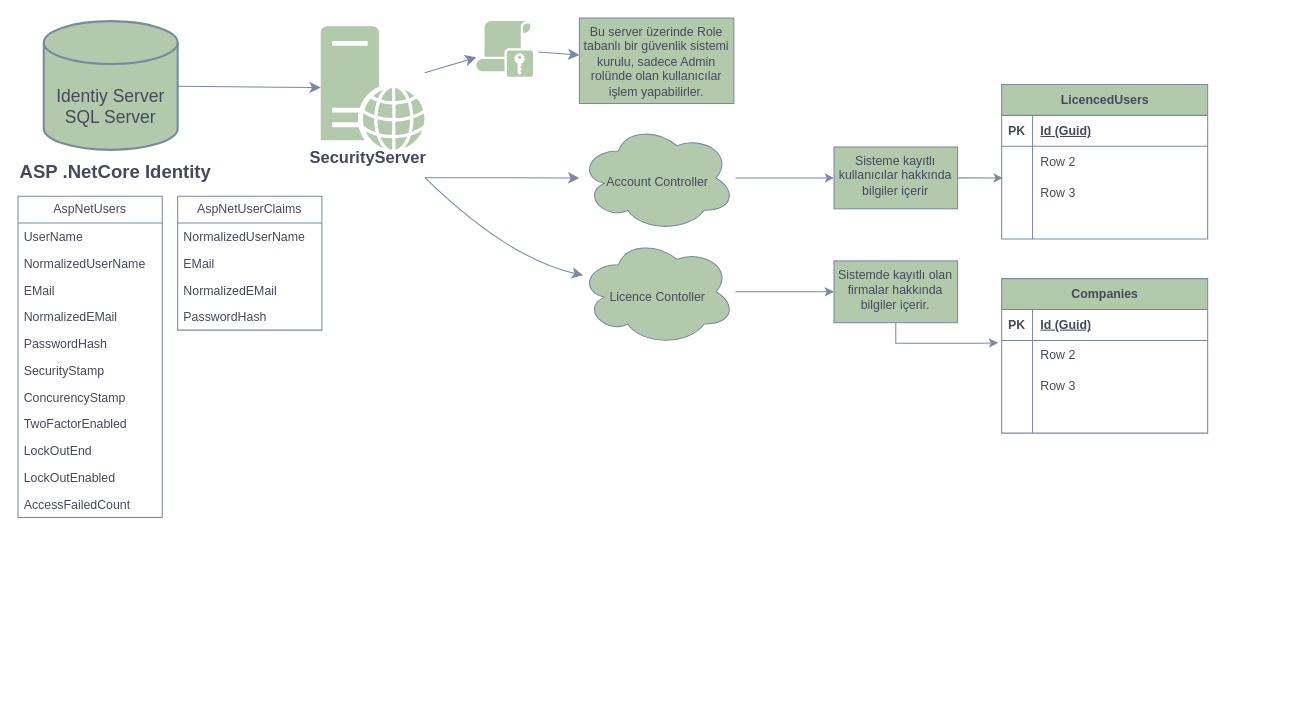
Above: Başlıksız Diyagram.drawio in gvardal/drawio (draw.io), before the change. Source tidied: cells renumbered, new cells numbered last; positions are measured from the earlier drawing's top-left corner, leaving out a move shared by most shapes. Both pictures are drawn from the tidied source at 103%, with x=0, y=0 at pixel (18, 18).
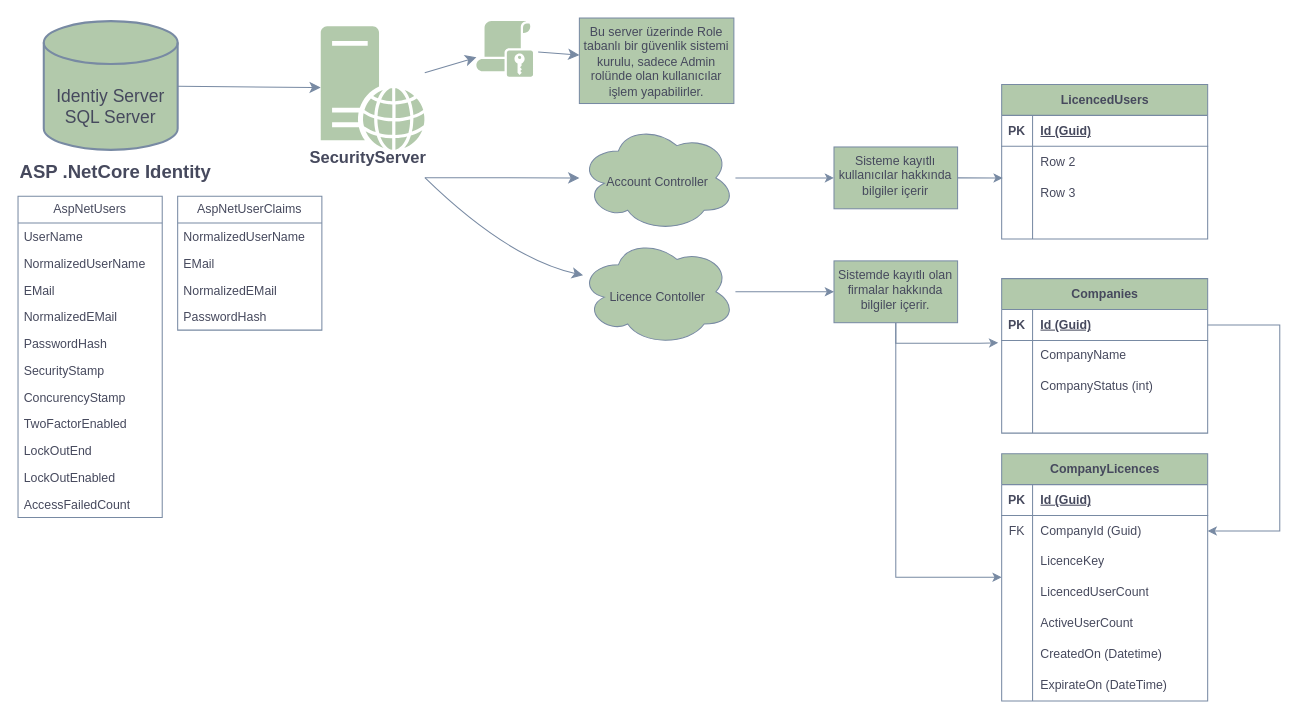
The same diagram, later.

Unchanged cells that the change refers to:
```xml
<mxCell id="34" value="Sisteme kayıtlı kullanıcılar hakkında bilgiler içerir" style="whiteSpace=wrap;html=1;verticalAlign=top;fillColor=#B2C9AB;strokeColor=#788AA3;fontColor=#46495D;sketch=0;shadow=0;dashed=0;labelBackgroundColor=none;" parent="1" vertex="1">
  <mxGeometry x="792.2" y="125.2" width="120" height="60" as="geometry" />
</mxCell>
<mxCell id="36" value="Sistemde kayıtlı olan firmalar hakkında bilgiler içerir." style="whiteSpace=wrap;html=1;verticalAlign=top;fillColor=#B2C9AB;strokeColor=#788AA3;fontColor=#46495D;sketch=0;shadow=0;dashed=0;labelBackgroundColor=none;" parent="1" vertex="1">
  <mxGeometry x="792.2" y="235.8" width="120" height="60" as="geometry" />
</mxCell>
<mxCell id="38" style="shape=tableRow;horizontal=0;startSize=0;swimlaneHead=0;swimlaneBody=0;fillColor=none;points=[[0,0.5],[1,0.5]];portConstraint=eastwest;top=0;left=0;right=0;bottom=1;labelBackgroundColor=none;strokeColor=#788AA3;fontColor=#46495D;" parent="37" vertex="1">
  <mxGeometry y="30" width="200" height="30" as="geometry" />
</mxCell>
<mxCell id="41" style="shape=tableRow;horizontal=0;startSize=0;swimlaneHead=0;swimlaneBody=0;fillColor=none;points=[[0,0.5],[1,0.5]];portConstraint=eastwest;top=0;left=0;right=0;bottom=0;labelBackgroundColor=none;strokeColor=#788AA3;fontColor=#46495D;" parent="37" vertex="1">
  <mxGeometry y="60" width="200" height="30" as="geometry" />
</mxCell>
<mxCell id="44" style="shape=tableRow;horizontal=0;startSize=0;swimlaneHead=0;swimlaneBody=0;fillColor=none;top=0;left=0;right=0;bottom=0;labelBackgroundColor=none;strokeColor=#788AA3;fontColor=#46495D;" parent="37" vertex="1">
  <mxGeometry y="90" width="200" height="30" as="geometry" />
</mxCell>
<mxCell id="57" style="shape=tableRow;horizontal=0;startSize=0;swimlaneHead=0;swimlaneBody=0;fillColor=none;points=[[0,0.5],[1,0.5]];portConstraint=eastwest;top=0;left=0;right=0;bottom=0;labelBackgroundColor=none;strokeColor=#788AA3;fontColor=#46495D;" parent="50" vertex="1">
  <mxGeometry y="90" width="200" height="30" as="geometry" />
</mxCell>
```

What changed in the source:
```diff
@@
-    <mxCell id="35" style="edgeStyle=orthogonalEdgeStyle;rounded=0;jettySize=auto;html=1;strokeColor=#788AA3;fontColor=#46495D;fillColor=#B2C9AB;entryX=-0.017;entryY=0.075;entryDx=0;entryDy=0;entryPerimeter=0;" parent="1" edge="1" source="36" target="41">
+    <mxCell id="35" style="edgeStyle=orthogonalEdgeStyle;rounded=0;jettySize=auto;html=1;strokeColor=#788AA3;fontColor=default;fillColor=#B2C9AB;entryX=-0.017;entryY=0.075;entryDx=0;entryDy=0;entryPerimeter=0;labelBackgroundColor=none;" parent="1" edge="1" source="36" target="41">
       <mxGeometry relative="1" as="geometry" />
     </mxCell>
+    <mxCell id="65" style="edgeStyle=orthogonalEdgeStyle;rounded=0;jettySize=auto;html=1;entryX=0;entryY=0.5;entryDx=0;entryDy=0;strokeColor=#788AA3;fontColor=#46495D;fillColor=#B2C9AB;exitX=0.5;exitY=1;exitDx=0;exitDy=0;" parent="1" edge="1" source="36" target="66">
+      <mxGeometry relative="1" as="geometry" />
+    </mxCell>
@@
-    <mxCell id="43" value="Row 2" style="shape=partialRectangle;fillColor=none;top=0;left=0;bottom=0;right=0;align=left;spacingLeft=6;overflow=hidden;whiteSpace=wrap;html=1;labelBackgroundColor=none;strokeColor=#788AA3;fontColor=#46495D;" parent="41" vertex="1">
+    <mxCell id="43" value="CompanyName" style="shape=partialRectangle;fillColor=none;top=0;left=0;bottom=0;right=0;align=left;spacingLeft=6;overflow=hidden;whiteSpace=wrap;html=1;labelBackgroundColor=none;strokeColor=#788AA3;fontColor=#46495D;" parent="41" vertex="1">
       <mxGeometry x="30" width="170" height="30" as="geometry" />
     </mxCell>
@@
-    <mxCell id="46" value="Row 3" style="shape=partialRectangle;fillColor=none;top=0;left=0;bottom=0;right=0;align=left;spacingLeft=6;overflow=hidden;whiteSpace=wrap;html=1;labelBackgroundColor=none;strokeColor=#788AA3;fontColor=#46495D;" parent="44" vertex="1">
+    <mxCell id="46" value="CompanyStatus (int)" style="shape=partialRectangle;fillColor=none;top=0;left=0;bottom=0;right=0;align=left;spacingLeft=6;overflow=hidden;whiteSpace=wrap;html=1;labelBackgroundColor=none;strokeColor=#788AA3;fontColor=#46495D;" parent="44" vertex="1">
       <mxGeometry x="30" width="170" height="30" as="geometry" />
     </mxCell>
@@
-    <mxCell id="63" style="endArrow=classic;html=1;rounded=0;strokeColor=#788AA3;fontColor=#46495D;fillColor=#B2C9AB;exitX=1;exitY=0.5;exitDx=0;exitDy=0;entryX=0.005;entryY=0.026;entryDx=0;entryDy=0;entryPerimeter=0;" parent="1" edge="1" source="34" target="57">
+    <mxCell id="63" style="endArrow=classic;html=1;rounded=0;strokeColor=#788AA3;fontColor=default;fillColor=#B2C9AB;exitX=1;exitY=0.5;exitDx=0;exitDy=0;entryX=0.005;entryY=0.026;entryDx=0;entryDy=0;entryPerimeter=0;labelBackgroundColor=none;" parent="1" edge="1" source="34" target="57">
       <mxGeometry relative="1" as="geometry" />
     </mxCell>
-    <mxCell id="64" style="edgeStyle=orthogonalEdgeStyle;rounded=0;jettySize=auto;html=1;entryX=1;entryY=0.5;entryDx=0;entryDy=0;strokeColor=#788AA3;fontColor=#46495D;fillColor=#B2C9AB;" parent="1" edge="1" target="38">
+    <mxCell id="64" style="edgeStyle=orthogonalEdgeStyle;rounded=0;jettySize=auto;html=1;entryX=1;entryY=0.5;entryDx=0;entryDy=0;strokeColor=#788AA3;fontColor=default;fillColor=#B2C9AB;labelBackgroundColor=none;" parent="1" edge="1" target="38">
       <mxGeometry relative="1" as="geometry">
         <Array as="points">
           <mxPoint x="1215" y="110" />
           <mxPoint x="1215" y="284" />
         </Array>
       </mxGeometry>
     </mxCell>
+    <mxCell id="66" value="CompanyLicences" style="shape=table;startSize=30;childLayout=tableLayout;rowLines=0;fontStyle=1;align=center;html=1;labelBackgroundColor=none;fillColor=#B2C9AB;strokeColor=#788AA3;fontColor=#46495D;" parent="1" vertex="1">
+      <mxGeometry x="955" y="423" width="200" height="240" as="geometry" />
+    </mxCell>
+    <mxCell id="67" style="shape=tableRow;horizontal=0;startSize=0;swimlaneHead=0;swimlaneBody=0;fillColor=none;top=0;left=0;right=0;bottom=1;labelBackgroundColor=none;strokeColor=#788AA3;fontColor=#46495D;" parent="66" vertex="1">
+      <mxGeometry y="30" width="200" height="30" as="geometry" />
+    </mxCell>
+    <mxCell id="68" value="PK" style="shape=partialRectangle;fillColor=none;top=0;left=0;bottom=0;right=0;fontStyle=1;overflow=hidden;whiteSpace=wrap;html=1;labelBackgroundColor=none;strokeColor=#788AA3;fontColor=#46495D;" parent="67" vertex="1">
+      <mxGeometry width="30" height="30" as="geometry" />
+    </mxCell>
+    <mxCell id="69" value="Id (Guid)" style="shape=partialRectangle;fillColor=none;top=0;left=0;bottom=0;right=0;align=left;spacingLeft=6;fontStyle=5;overflow=hidden;whiteSpace=wrap;html=1;labelBackgroundColor=none;strokeColor=#788AA3;fontColor=#46495D;" parent="67" vertex="1">
+      <mxGeometry x="30" width="170" height="30" as="geometry" />
+    </mxCell>
+    <mxCell id="70" style="shape=tableRow;horizontal=0;startSize=0;swimlaneHead=0;swimlaneBody=0;fillColor=none;points=[[0,0.5],[1,0.5]];portConstraint=eastwest;top=0;left=0;right=0;bottom=0;labelBackgroundColor=none;strokeColor=#788AA3;fontColor=#46495D;" parent="66" vertex="1">
+      <mxGeometry y="60" width="200" height="30" as="geometry" />
+    </mxCell>
+    <mxCell id="71" value="FK" style="shape=partialRectangle;fillColor=none;top=0;left=0;bottom=0;right=0;overflow=hidden;whiteSpace=wrap;html=1;labelBackgroundColor=none;strokeColor=#788AA3;fontColor=#46495D;" parent="70" vertex="1">
+      <mxGeometry width="30" height="30" as="geometry" />
+    </mxCell>
+    <mxCell id="72" value="CompanyId (Guid)" style="shape=partialRectangle;fillColor=none;top=0;left=0;bottom=0;right=0;align=left;spacingLeft=6;overflow=hidden;whiteSpace=wrap;html=1;labelBackgroundColor=none;strokeColor=#788AA3;fontColor=#46495D;" parent="70" vertex="1">
+      <mxGeometry x="30" width="170" height="30" as="geometry" />
+    </mxCell>
+    <mxCell id="73" style="shape=tableRow;horizontal=0;startSize=0;swimlaneHead=0;swimlaneBody=0;fillColor=none;top=0;left=0;right=0;bottom=0;labelBackgroundColor=none;strokeColor=#788AA3;fontColor=#46495D;" parent="66" vertex="1">
+      <mxGeometry y="90" width="200" height="30" as="geometry" />
+    </mxCell>
+    <mxCell id="74" style="shape=partialRectangle;fillColor=none;top=0;left=0;bottom=0;right=0;overflow=hidden;whiteSpace=wrap;html=1;labelBackgroundColor=none;strokeColor=#788AA3;fontColor=#46495D;" parent="73" vertex="1">
+      <mxGeometry width="30" height="30" as="geometry" />
+    </mxCell>
+    <mxCell id="75" value="LicenceKey" style="shape=partialRectangle;fillColor=none;top=0;left=0;bottom=0;right=0;align=left;spacingLeft=6;overflow=hidden;whiteSpace=wrap;html=1;labelBackgroundColor=none;strokeColor=#788AA3;fontColor=#46495D;" parent="73" vertex="1">
+      <mxGeometry x="30" width="170" height="30" as="geometry" />
+    </mxCell>
+    <mxCell id="76" style="shape=tableRow;horizontal=0;startSize=0;swimlaneHead=0;swimlaneBody=0;fillColor=none;top=0;left=0;right=0;bottom=0;labelBackgroundColor=none;strokeColor=#788AA3;fontColor=#46495D;" parent="66" vertex="1">
+      <mxGeometry y="120" width="200" height="30" as="geometry" />
+    </mxCell>
+    <mxCell id="77" style="shape=partialRectangle;fillColor=none;top=0;left=0;bottom=0;right=0;overflow=hidden;whiteSpace=wrap;html=1;labelBackgroundColor=none;strokeColor=#788AA3;fontColor=#46495D;" parent="76" vertex="1">
+      <mxGeometry width="30" height="30" as="geometry" />
+    </mxCell>
+    <mxCell id="78" value="LicencedUserCount" style="shape=partialRectangle;fillColor=none;top=0;left=0;bottom=0;right=0;align=left;spacingLeft=6;overflow=hidden;whiteSpace=wrap;html=1;labelBackgroundColor=none;strokeColor=#788AA3;fontColor=#46495D;" parent="76" vertex="1">
+      <mxGeometry x="30" width="170" height="30" as="geometry" />
+    </mxCell>
+    <mxCell id="79" style="shape=tableRow;horizontal=0;startSize=0;swimlaneHead=0;swimlaneBody=0;fillColor=none;top=0;left=0;right=0;bottom=0;labelBackgroundColor=none;strokeColor=#788AA3;fontColor=#46495D;" parent="66" vertex="1">
+      <mxGeometry y="150" width="200" height="30" as="geometry" />
+    </mxCell>
+    <mxCell id="80" style="shape=partialRectangle;fillColor=none;top=0;left=0;bottom=0;right=0;overflow=hidden;whiteSpace=wrap;html=1;labelBackgroundColor=none;strokeColor=#788AA3;fontColor=#46495D;" parent="79" vertex="1">
+      <mxGeometry width="30" height="30" as="geometry" />
+    </mxCell>
+    <mxCell id="81" value="ActiveUserCount" style="shape=partialRectangle;fillColor=none;top=0;left=0;bottom=0;right=0;align=left;spacingLeft=6;overflow=hidden;whiteSpace=wrap;html=1;labelBackgroundColor=none;strokeColor=#788AA3;fontColor=#46495D;" parent="79" vertex="1">
+      <mxGeometry x="30" width="170" height="30" as="geometry" />
+    </mxCell>
+    <mxCell id="82" style="shape=tableRow;horizontal=0;startSize=0;swimlaneHead=0;swimlaneBody=0;fillColor=none;top=0;left=0;right=0;bottom=0;labelBackgroundColor=none;strokeColor=#788AA3;fontColor=#46495D;" parent="66" vertex="1">
+      <mxGeometry y="180" width="200" height="30" as="geometry" />
+    </mxCell>
+    <mxCell id="83" style="shape=partialRectangle;fillColor=none;top=0;left=0;bottom=0;right=0;overflow=hidden;whiteSpace=wrap;html=1;labelBackgroundColor=none;strokeColor=#788AA3;fontColor=#46495D;" parent="82" vertex="1">
+      <mxGeometry width="30" height="30" as="geometry" />
+    </mxCell>
+    <mxCell id="84" value="CreatedOn (Datetime)" style="shape=partialRectangle;fillColor=none;top=0;left=0;bottom=0;right=0;align=left;spacingLeft=6;overflow=hidden;whiteSpace=wrap;html=1;labelBackgroundColor=none;strokeColor=#788AA3;fontColor=#46495D;" parent="82" vertex="1">
+      <mxGeometry x="30" width="170" height="30" as="geometry" />
+    </mxCell>
+    <mxCell id="85" style="shape=tableRow;horizontal=0;startSize=0;swimlaneHead=0;swimlaneBody=0;fillColor=none;top=0;left=0;right=0;bottom=0;labelBackgroundColor=none;strokeColor=#788AA3;fontColor=#46495D;" parent="66" vertex="1">
+      <mxGeometry y="210" width="200" height="30" as="geometry" />
+    </mxCell>
+    <mxCell id="86" style="shape=partialRectangle;fillColor=none;top=0;left=0;bottom=0;right=0;overflow=hidden;whiteSpace=wrap;html=1;labelBackgroundColor=none;strokeColor=#788AA3;fontColor=#46495D;" parent="85" vertex="1">
+      <mxGeometry width="30" height="30" as="geometry" />
+    </mxCell>
+    <mxCell id="87" value="ExpirateOn (DateTime)" style="shape=partialRectangle;fillColor=none;top=0;left=0;bottom=0;right=0;align=left;spacingLeft=6;overflow=hidden;whiteSpace=wrap;html=1;labelBackgroundColor=none;strokeColor=#788AA3;fontColor=#46495D;" parent="85" vertex="1">
+      <mxGeometry x="30" width="170" height="30" as="geometry" />
+    </mxCell>
+    <mxCell id="88" style="edgeStyle=orthogonalEdgeStyle;rounded=0;jettySize=auto;html=1;entryX=1;entryY=0.5;entryDx=0;entryDy=0;strokeColor=#788AA3;fontColor=#46495D;fillColor=#B2C9AB;" parent="1" edge="1" source="38" target="70">
+      <mxGeometry relative="1" as="geometry">
+        <Array as="points">
+          <mxPoint x="1225" y="298" />
+          <mxPoint x="1225" y="498" />
+        </Array>
+      </mxGeometry>
+    </mxCell>
```
